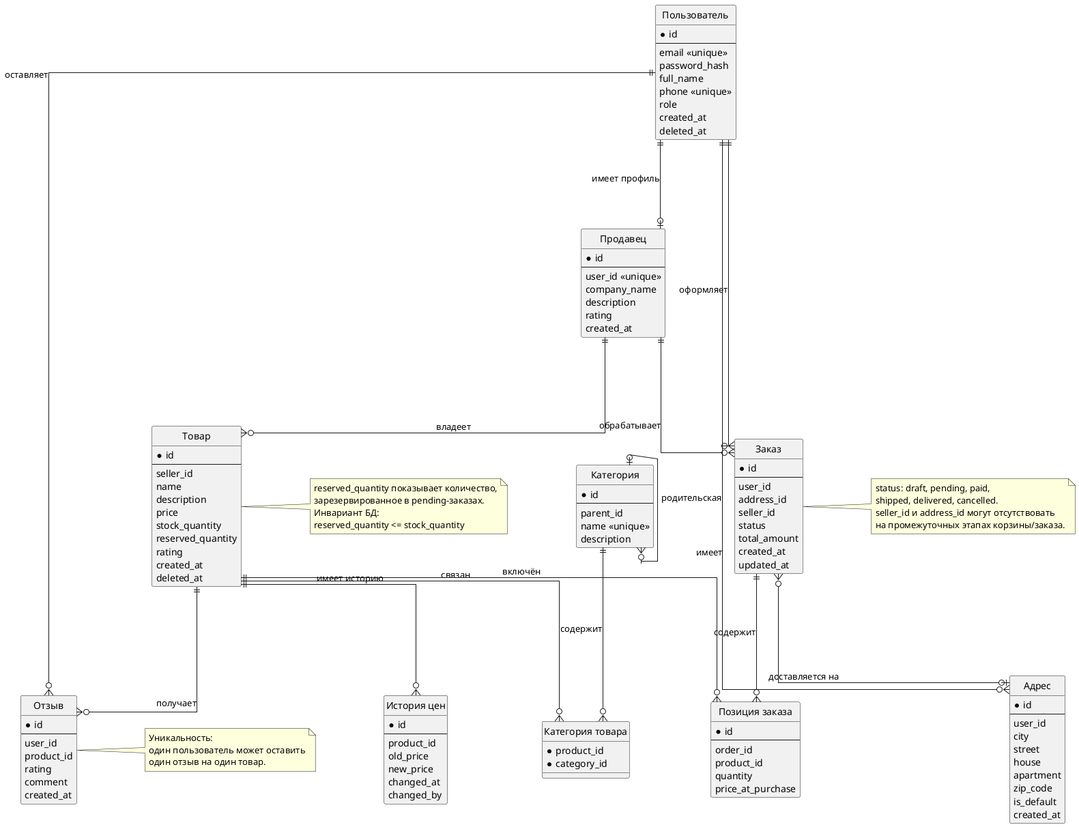
The PlantUML diagram diagrams/out/ER.png in beastixq/marketplace, before a commit.
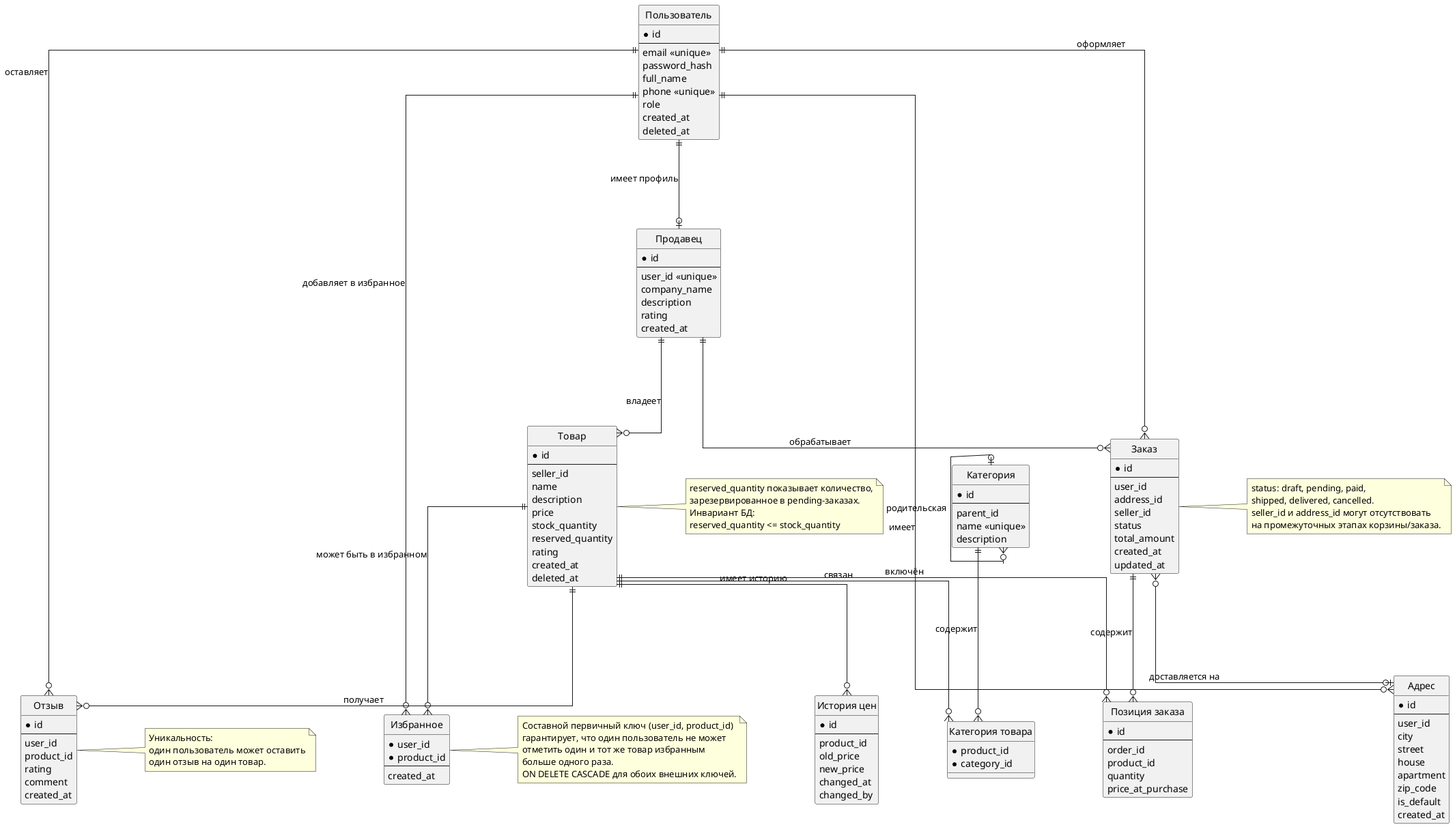
After the change.

What changed in the source:
```diff
@@ -108,10 +108,18 @@
   changed_by
 }
 
+entity "Избранное" as product_favorites {
+  * user_id
+  * product_id
+  --
+  created_at
+}
+
 users ||--o| sellers : "имеет профиль"
 users ||--o{ orders : "оформляет"
 users ||--o{ addresses : "имеет"
 users ||--o{ reviews : "оставляет"
+users ||--o{ product_favorites : "добавляет в избранное"
 
 sellers ||--o{ products : "владеет"
 sellers ||--o{ orders : "обрабатывает"
@@ -123,6 +131,7 @@
 products ||--o{ reviews : "получает"
 products ||--o{ product_price_history : "имеет историю"
 products ||--o{ order_items : "включён"
+products ||--o{ product_favorites : "может быть в избранном"
 
 orders ||--o{ order_items : "содержит"
 orders }o--o| addresses : "доставляется на"
@@ -140,6 +149,14 @@
   один отзыв на один товар.
 end note
 
+note right of product_favorites
+  Составной первичный ключ (user_id, product_id)
+  гарантирует, что один пользователь не может
+  отметить один и тот же товар избранным
+  больше одного раза.
+  ON DELETE CASCADE для обоих внешних ключей.
+end note
+
 note right of orders
   status: draft, pending, paid,
   shipped, delivered, cancelled.
```
